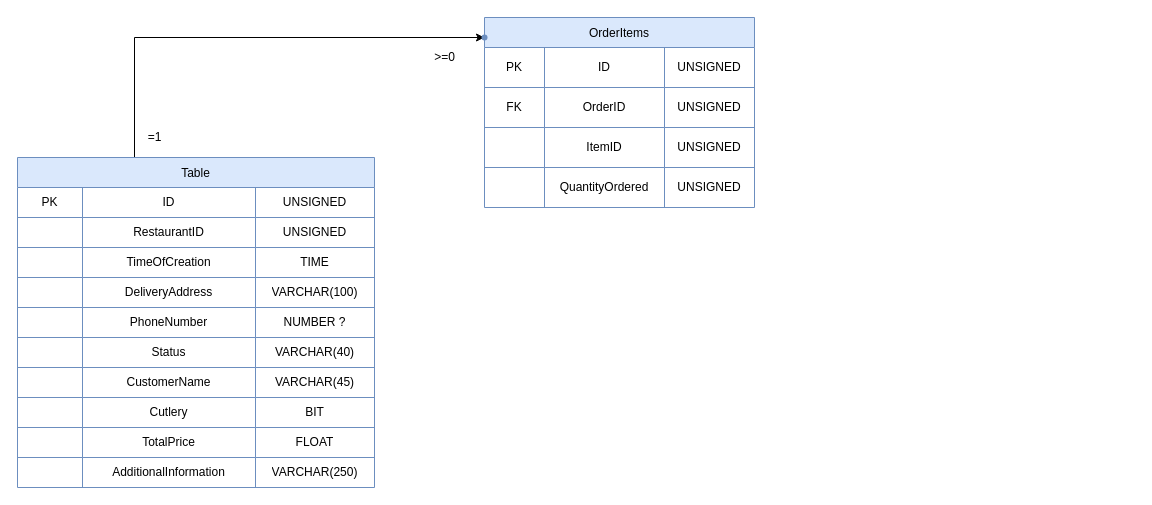
Uber-Summer-Practice-Sofia-2022/uber-summer-practice-docs-faq keeps this draw.io diagram as page "Model (Order mangement)" (5 of 7) of docs/model+ui+endpoints.drawio. Above is the earlier version. Source tidied: cells renumbered, new cells numbered last; positions are measured from the earlier drawing's top-left corner, leaving out a move shared by most shapes. Both pictures are drawn from the tidied source at 100%, with x=0, y=0 at pixel (17, 17).
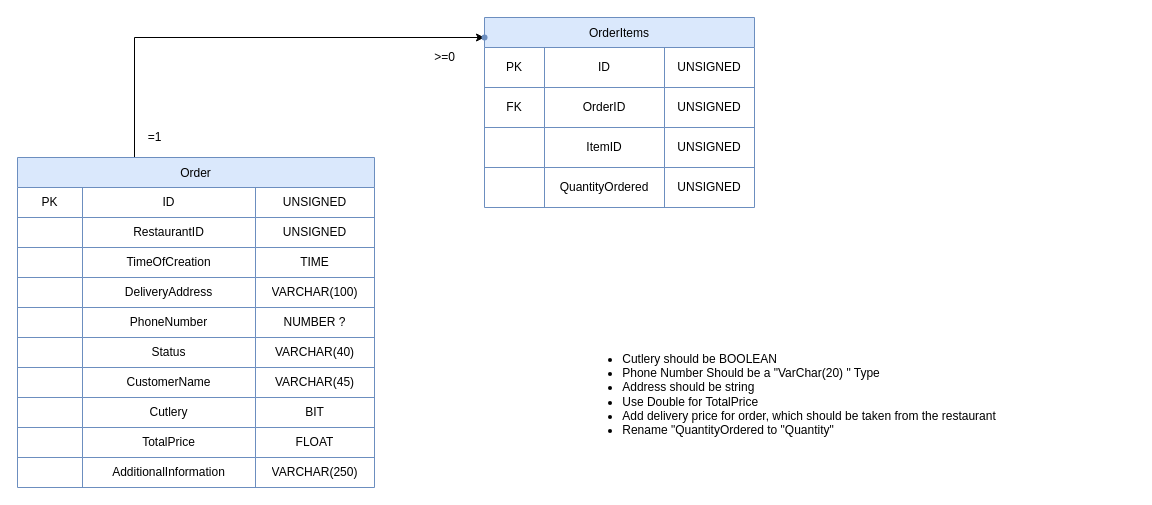
The same diagram, later.

What changed in the source:
```diff
@@
-    <mxCell id="3" value="Table" style="shape=table;startSize=30;childLayout=tableLayout;fillColor=#dae8fc;strokeColor=#6c8ebf;" parent="1" vertex="1">
+    <mxCell id="3" value="Order" style="shape=table;startSize=30;childLayout=tableLayout;fillColor=#dae8fc;strokeColor=#6c8ebf;" parent="1" vertex="1">
       <mxGeometry y="140" width="357" height="330" as="geometry" />
     </mxCell>
@@
+    <mxCell id="64" value="&lt;br&gt;&lt;div style=&quot;text-align: left;&quot;&gt;&lt;ul&gt;&lt;li&gt;&lt;span style=&quot;background-color: initial;&quot;&gt;Cutlery should be BOOLEAN&lt;/span&gt;&lt;/li&gt;&lt;li&gt;Phone Number Should be a &quot;VarChar(20) &quot; Type&lt;/li&gt;&lt;li&gt;Address should be string&amp;nbsp;&lt;/li&gt;&lt;li&gt;Use Double for TotalPrice&lt;/li&gt;&lt;li&gt;Add delivery price for order, which should be taken from the restaurant&lt;/li&gt;&lt;li&gt;Rename &quot;QuantityOrdered to &quot;Quantity&quot;&lt;/li&gt;&lt;/ul&gt;&lt;/div&gt;" style="text;html=1;strokeColor=none;fillColor=none;align=center;verticalAlign=middle;whiteSpace=wrap;rounded=0;" parent="1" vertex="1">
+      <mxGeometry x="427" y="290" width="690" height="160" as="geometry" />
+    </mxCell>
```
